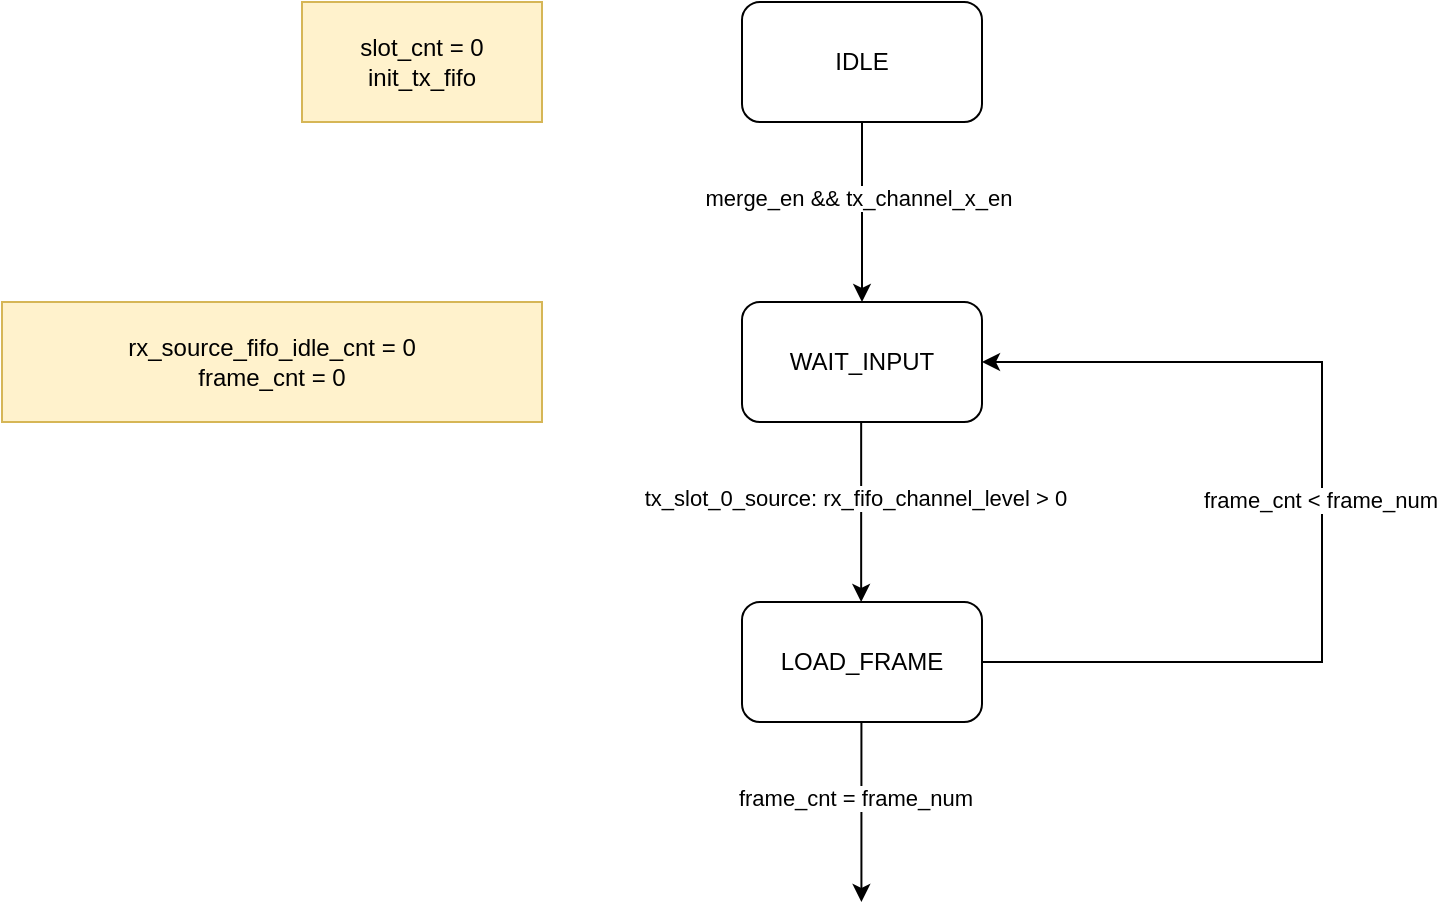
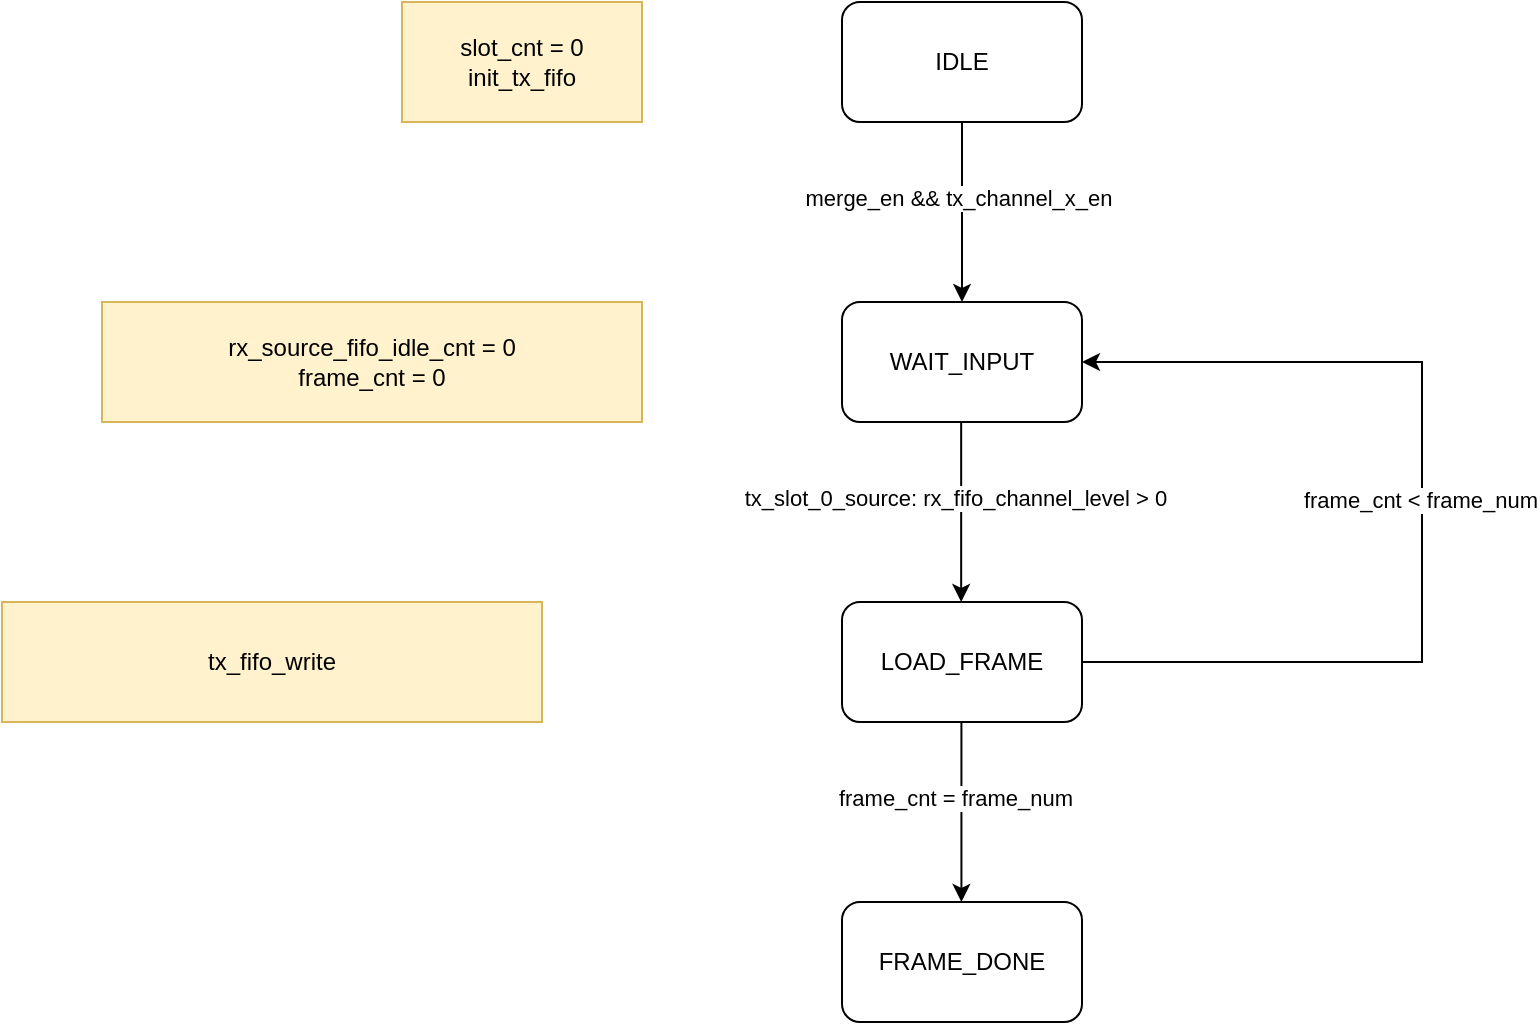
<mxfile host="app.diagrams.net">
  <diagram name="第 1 页" id="XjHAFqP7SQ1ti1ibUdli">
-     <mxGraphModel dx="1422" dy="336" grid="1" gridSize="10" guides="1" tooltips="1" connect="1" arrows="1" fold="1" page="1" pageScale="1" pageWidth="827" pageHeight="1169" math="0" shadow="0">
+     <mxGraphModel dx="1531" dy="397" grid="1" gridSize="10" guides="1" tooltips="1" connect="1" arrows="1" fold="1" page="1" pageScale="1" pageWidth="827" pageHeight="1169" math="0" shadow="0">
      <root>
        <mxCell id="0" />
        <mxCell id="1" parent="0" />
        <mxCell id="F9P4_Q8i71CQrRzi8wBo-1" parent="1" style="rounded=1;whiteSpace=wrap;html=1;" value="IDLE" vertex="1">
          <mxGeometry height="60" width="120" x="330" y="60" as="geometry" />
        </mxCell>
        <mxCell id="F9P4_Q8i71CQrRzi8wBo-2" edge="1" parent="1" source="F9P4_Q8i71CQrRzi8wBo-1" style="endArrow=classic;html=1;rounded=0;exitX=0.5;exitY=1;exitDx=0;exitDy=0;" value="">
          <mxGeometry height="50" relative="1" width="50" as="geometry">
            <mxPoint x="400" y="240" as="sourcePoint" />
            <mxPoint x="390" y="210" as="targetPoint" />
          </mxGeometry>
        </mxCell>
        <mxCell id="F9P4_Q8i71CQrRzi8wBo-3" connectable="0" parent="F9P4_Q8i71CQrRzi8wBo-2" style="edgeLabel;html=1;align=center;verticalAlign=middle;resizable=0;points=[];" value="merge_en &amp;amp;&amp;amp; tx_channel_x_en" vertex="1">
          <mxGeometry relative="1" x="-0.163" y="-2" as="geometry">
            <mxPoint as="offset" />
          </mxGeometry>
        </mxCell>
        <mxCell id="F9P4_Q8i71CQrRzi8wBo-4" parent="1" style="rounded=1;whiteSpace=wrap;html=1;" value="WAIT_INPUT" vertex="1">
          <mxGeometry height="60" width="120" x="330" y="210" as="geometry" />
        </mxCell>
        <mxCell id="F9P4_Q8i71CQrRzi8wBo-5" edge="1" parent="1" style="endArrow=classic;html=1;rounded=0;exitX=0.5;exitY=1;exitDx=0;exitDy=0;" value="">
          <mxGeometry height="50" relative="1" width="50" as="geometry">
            <mxPoint x="389.58" y="270" as="sourcePoint" />
            <mxPoint x="389.58" y="360" as="targetPoint" />
          </mxGeometry>
        </mxCell>
        <mxCell id="F9P4_Q8i71CQrRzi8wBo-6" connectable="0" parent="F9P4_Q8i71CQrRzi8wBo-5" style="edgeLabel;html=1;align=center;verticalAlign=middle;resizable=0;points=[];" value="tx_slot_0_source: rx_fifo_channel_level &amp;gt; 0&amp;nbsp;" vertex="1">
          <mxGeometry relative="1" x="-0.163" y="-2" as="geometry">
            <mxPoint as="offset" />
          </mxGeometry>
        </mxCell>
        <mxCell id="F9P4_Q8i71CQrRzi8wBo-7" parent="1" style="rounded=1;whiteSpace=wrap;html=1;" value="LOAD_FRAME" vertex="1">
          <mxGeometry height="60" width="120" x="330" y="360" as="geometry" />
        </mxCell>
        <mxCell id="F9P4_Q8i71CQrRzi8wBo-8" edge="1" parent="1" source="F9P4_Q8i71CQrRzi8wBo-7" style="endArrow=classic;html=1;rounded=0;exitX=1;exitY=0.5;exitDx=0;exitDy=0;entryX=1;entryY=0.5;entryDx=0;entryDy=0;edgeStyle=orthogonalEdgeStyle;" target="F9P4_Q8i71CQrRzi8wBo-4" value="">
          <mxGeometry height="50" relative="1" width="50" as="geometry">
            <Array as="points">
              <mxPoint x="620" y="390" />
              <mxPoint x="620" y="240" />
            </Array>
            <mxPoint x="490" y="400" as="sourcePoint" />
            <mxPoint x="540" y="350" as="targetPoint" />
          </mxGeometry>
        </mxCell>
        <mxCell id="F9P4_Q8i71CQrRzi8wBo-9" connectable="0" parent="F9P4_Q8i71CQrRzi8wBo-8" style="edgeLabel;html=1;align=center;verticalAlign=middle;resizable=0;points=[];" value="frame_cnt &amp;lt; frame_num" vertex="1">
          <mxGeometry relative="1" x="0.0261" y="1" as="geometry">
            <mxPoint as="offset" />
          </mxGeometry>
        </mxCell>
        <mxCell id="F9P4_Q8i71CQrRzi8wBo-10" edge="1" parent="1" style="endArrow=classic;html=1;rounded=0;exitX=0.5;exitY=1;exitDx=0;exitDy=0;" value="">
          <mxGeometry height="50" relative="1" width="50" as="geometry">
            <mxPoint x="389.71" y="420" as="sourcePoint" />
            <mxPoint x="389.71" y="510" as="targetPoint" />
          </mxGeometry>
        </mxCell>
        <mxCell id="F9P4_Q8i71CQrRzi8wBo-11" connectable="0" parent="F9P4_Q8i71CQrRzi8wBo-10" style="edgeLabel;html=1;align=center;verticalAlign=middle;resizable=0;points=[];" value="frame_cnt = frame_num&amp;nbsp;" vertex="1">
          <mxGeometry relative="1" x="-0.163" y="-2" as="geometry">
            <mxPoint as="offset" />
          </mxGeometry>
        </mxCell>
        <mxCell id="6jK4qZs0-pzn6i_ATSWB-1" parent="1" style="rounded=0;whiteSpace=wrap;html=1;fillColor=#fff2cc;strokeColor=#d6b656;" value="slot_cnt = 0&lt;div&gt;init_tx_fifo&lt;/div&gt;" vertex="1">
          <mxGeometry height="60" width="120" x="110" y="60" as="geometry" />
        </mxCell>
        <mxCell id="6jK4qZs0-pzn6i_ATSWB-7" parent="1" style="rounded=0;whiteSpace=wrap;html=1;fillColor=#fff2cc;strokeColor=#d6b656;" value="rx_source_fifo_idle_cnt = 0&lt;div&gt;frame_cnt = 0&lt;/div&gt;" vertex="1">
          <mxGeometry height="60" width="270" x="-40" y="210" as="geometry" />
        </mxCell>
+         <mxCell id="6jK4qZs0-pzn6i_ATSWB-9" parent="1" style="rounded=1;whiteSpace=wrap;html=1;" value="FRAME_DONE" vertex="1">
+           <mxGeometry height="60" width="120" x="330" y="510" as="geometry" />
+         </mxCell>
+         <mxCell id="6jK4qZs0-pzn6i_ATSWB-10" parent="1" style="rounded=0;whiteSpace=wrap;html=1;fillColor=#fff2cc;strokeColor=#d6b656;" value="tx_fifo_write" vertex="1">
+           <mxGeometry height="60" width="270" x="-90" y="360" as="geometry" />
+         </mxCell>
      </root>
    </mxGraphModel>
  </diagram>
</mxfile>
